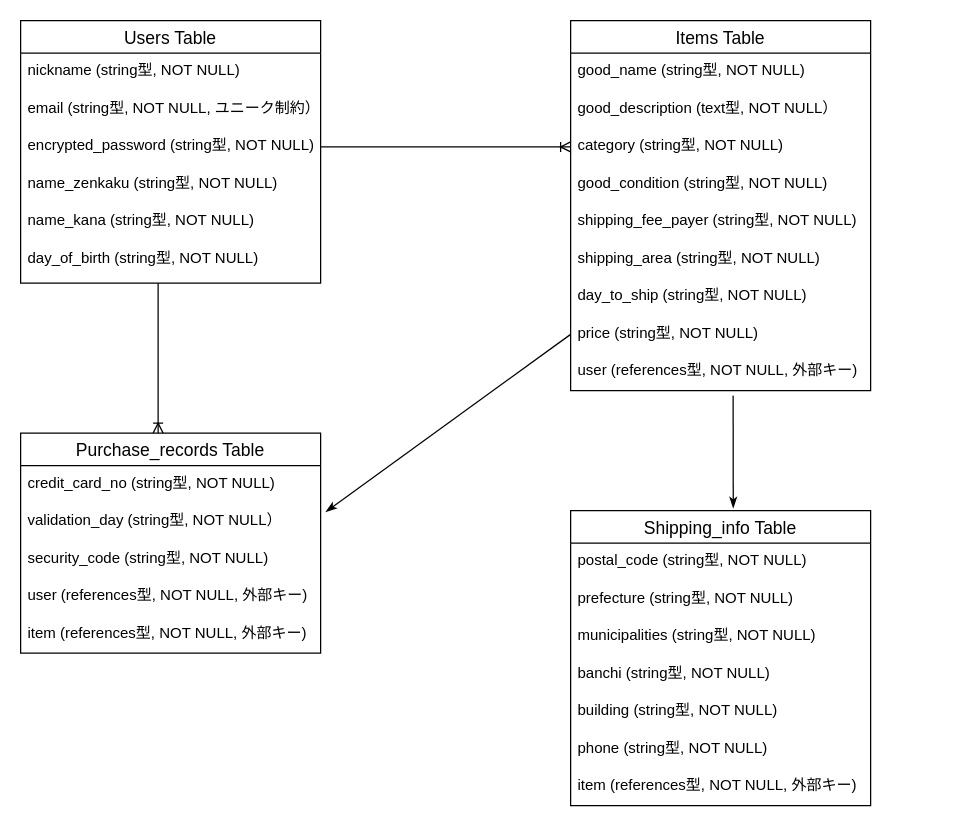
The draw.io diagram furima.dio in calvin8171/furima-37744, before the edit. Source tidied: cells renumbered, new cells numbered last; positions are measured from the earlier drawing's top-left corner, leaving out a move shared by most shapes. Both pictures are drawn from the tidied source at 125%, with x=0, y=0 at pixel (20, 20).
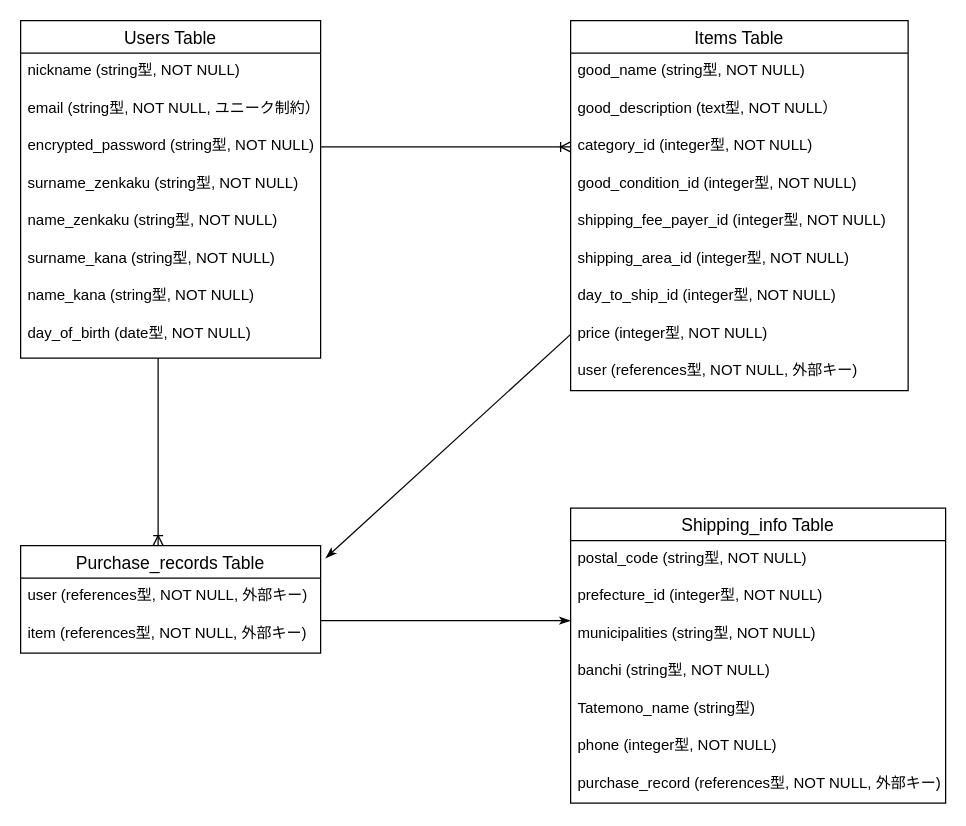
The same page after the edit.

Diff of the diagram source:
```diff
@@
     <mxCell id="2" value="Users Table" style="swimlane;fontStyle=0;horizontal=1;startSize=26;align=center;fontSize=14;" parent="1" vertex="1">
-      <mxGeometry width="240" height="210" as="geometry" />
+      <mxGeometry width="240" height="270" as="geometry" />
     </mxCell>
@@
+    <mxCell id="37" value="surname_zenkaku (string型, NOT NULL)&#10;" style="text;strokeColor=none;fillColor=none;spacingLeft=4;spacingRight=4;overflow=hidden;fontSize=12;" parent="2" vertex="1">
+      <mxGeometry y="116" width="240" height="30" as="geometry" />
+    </mxCell>
     <mxCell id="6" value="name_zenkaku (string型, NOT NULL)&#10;" style="text;strokeColor=none;fillColor=none;spacingLeft=4;spacingRight=4;overflow=hidden;fontSize=12;" parent="2" vertex="1">
-      <mxGeometry y="116" width="240" height="30" as="geometry" />
+      <mxGeometry y="146" width="240" height="30" as="geometry" />
     </mxCell>
+    <mxCell id="38" value="surname_kana (string型, NOT NULL)&#10;" style="text;strokeColor=none;fillColor=none;spacingLeft=4;spacingRight=4;overflow=hidden;fontSize=12;" parent="2" vertex="1">
+      <mxGeometry y="176" width="240" height="30" as="geometry" />
+    </mxCell>
     <mxCell id="7" value="name_kana (string型, NOT NULL)&#10;" style="text;strokeColor=none;fillColor=none;spacingLeft=4;spacingRight=4;overflow=hidden;fontSize=12;" parent="2" vertex="1">
-      <mxGeometry y="146" width="240" height="30" as="geometry" />
+      <mxGeometry y="206" width="240" height="30" as="geometry" />
     </mxCell>
-    <mxCell id="8" value="day_of_birth (string型, NOT NULL)" style="text;strokeColor=none;fillColor=none;spacingLeft=4;spacingRight=4;overflow=hidden;fontSize=12;" parent="2" vertex="1">
-      <mxGeometry y="176" width="240" height="34" as="geometry" />
+    <mxCell id="8" value="day_of_birth (date型, NOT NULL)" style="text;strokeColor=none;fillColor=none;spacingLeft=4;spacingRight=4;overflow=hidden;fontSize=12;" parent="2" vertex="1">
+      <mxGeometry y="236" width="240" height="34" as="geometry" />
     </mxCell>
@@
     <mxCell id="10" value="Purchase_records Table" style="swimlane;fontStyle=0;horizontal=1;startSize=26;align=center;fontSize=14;" parent="1" vertex="1">
-      <mxGeometry y="330" width="240" height="176" as="geometry" />
+      <mxGeometry y="420" width="240" height="86" as="geometry" />
     </mxCell>
-    <mxCell id="11" value="credit_card_no (string型, NOT NULL)&#10;" style="text;strokeColor=none;fillColor=none;spacingLeft=4;spacingRight=4;overflow=hidden;fontSize=12;" parent="10" vertex="1">
-      <mxGeometry y="26" width="240" height="30" as="geometry" />
-    </mxCell>
-    <mxCell id="12" value="validation_day (string型, NOT NULL）" style="text;strokeColor=none;fillColor=none;spacingLeft=4;spacingRight=4;overflow=hidden;points=[[0,0.5],[1,0.5]];portConstraint=eastwest;fontSize=12;strokeWidth=0;" parent="10" vertex="1">
-      <mxGeometry y="56" width="240" height="30" as="geometry" />
-    </mxCell>
-    <mxCell id="13" value="security_code (string型, NOT NULL)" style="text;strokeColor=none;fillColor=none;spacingLeft=4;spacingRight=4;overflow=hidden;fontSize=12;" parent="10" vertex="1">
-      <mxGeometry y="86" width="240" height="30" as="geometry" />
-    </mxCell>
     <mxCell id="14" value="user (references型, NOT NULL, 外部キー)" style="text;strokeColor=none;fillColor=none;spacingLeft=4;spacingRight=4;overflow=hidden;fontSize=12;" parent="10" vertex="1">
-      <mxGeometry y="116" width="240" height="30" as="geometry" />
+      <mxGeometry y="26" width="240" height="30" as="geometry" />
     </mxCell>
     <mxCell id="15" value="item (references型, NOT NULL, 外部キー)" style="text;strokeColor=none;fillColor=none;spacingLeft=4;spacingRight=4;overflow=hidden;fontSize=12;" parent="10" vertex="1">
-      <mxGeometry y="146" width="240" height="30" as="geometry" />
+      <mxGeometry y="56" width="240" height="30" as="geometry" />
     </mxCell>
     <mxCell id="16" value="Items Table" style="swimlane;fontStyle=0;horizontal=1;startSize=26;align=center;fontSize=14;" parent="1" vertex="1">
-      <mxGeometry x="440" width="240" height="296" as="geometry" />
+      <mxGeometry x="440" width="270" height="296" as="geometry" />
     </mxCell>
     <mxCell id="17" value="good_name (string型, NOT NULL)&#10;" style="text;strokeColor=none;fillColor=none;spacingLeft=4;spacingRight=4;overflow=hidden;fontSize=12;" parent="16" vertex="1">
-      <mxGeometry y="26" width="240" height="30" as="geometry" />
+      <mxGeometry y="26" width="270" height="30" as="geometry" />
     </mxCell>
     <mxCell id="18" value="good_description (text型, NOT NULL）" style="text;strokeColor=none;fillColor=none;spacingLeft=4;spacingRight=4;overflow=hidden;fontSize=12;strokeWidth=0;" parent="16" vertex="1">
-      <mxGeometry y="56" width="240" height="30" as="geometry" />
+      <mxGeometry y="56" width="270" height="30" as="geometry" />
     </mxCell>
-    <mxCell id="19" value="category (string型, NOT NULL)" style="text;strokeColor=none;fillColor=none;spacingLeft=4;spacingRight=4;overflow=hidden;fontSize=12;" parent="16" vertex="1">
-      <mxGeometry y="86" width="240" height="30" as="geometry" />
+    <mxCell id="19" value="category_id (integer型, NOT NULL)" style="text;strokeColor=none;fillColor=none;spacingLeft=4;spacingRight=4;overflow=hidden;fontSize=12;" parent="16" vertex="1">
+      <mxGeometry y="86" width="270" height="30" as="geometry" />
     </mxCell>
-    <mxCell id="20" value="good_condition (string型, NOT NULL)&#10;" style="text;strokeColor=none;fillColor=none;spacingLeft=4;spacingRight=4;overflow=hidden;fontSize=12;" parent="16" vertex="1">
-      <mxGeometry y="116" width="240" height="30" as="geometry" />
+    <mxCell id="20" value="good_condition_id (integer型, NOT NULL)&#10;" style="text;strokeColor=none;fillColor=none;spacingLeft=4;spacingRight=4;overflow=hidden;fontSize=12;" parent="16" vertex="1">
+      <mxGeometry y="116" width="270" height="30" as="geometry" />
     </mxCell>
-    <mxCell id="21" value="shipping_fee_payer (string型, NOT NULL)&#10;" style="text;strokeColor=none;fillColor=none;spacingLeft=4;spacingRight=4;overflow=hidden;fontSize=12;" parent="16" vertex="1">
-      <mxGeometry y="146" width="240" height="30" as="geometry" />
+    <mxCell id="21" value="shipping_fee_payer_id (integer型, NOT NULL)&#10;" style="text;strokeColor=none;fillColor=none;spacingLeft=4;spacingRight=4;overflow=hidden;fontSize=12;" parent="16" vertex="1">
+      <mxGeometry y="146" width="270" height="30" as="geometry" />
     </mxCell>
-    <mxCell id="22" value="shipping_area (string型, NOT NULL)" style="text;strokeColor=none;fillColor=none;spacingLeft=4;spacingRight=4;overflow=hidden;fontSize=12;" parent="16" vertex="1">
-      <mxGeometry y="176" width="240" height="30" as="geometry" />
+    <mxCell id="22" value="shipping_area_id (integer型, NOT NULL)" style="text;strokeColor=none;fillColor=none;spacingLeft=4;spacingRight=4;overflow=hidden;fontSize=12;" parent="16" vertex="1">
+      <mxGeometry y="176" width="270" height="30" as="geometry" />
     </mxCell>
-    <mxCell id="23" value="day_to_ship (string型, NOT NULL)" style="text;strokeColor=none;fillColor=none;spacingLeft=4;spacingRight=4;overflow=hidden;fontSize=12;" parent="16" vertex="1">
-      <mxGeometry y="206" width="240" height="30" as="geometry" />
+    <mxCell id="23" value="day_to_ship_id (integer型, NOT NULL)" style="text;strokeColor=none;fillColor=none;spacingLeft=4;spacingRight=4;overflow=hidden;fontSize=12;" parent="16" vertex="1">
+      <mxGeometry y="206" width="270" height="30" as="geometry" />
     </mxCell>
-    <mxCell id="24" value="price (string型, NOT NULL)" style="text;strokeColor=none;fillColor=none;spacingLeft=4;spacingRight=4;overflow=hidden;points=[[0,0.5],[1,0.5]];portConstraint=eastwest;fontSize=12;" parent="16" vertex="1">
-      <mxGeometry y="236" width="240" height="30" as="geometry" />
+    <mxCell id="24" value="price (integer型, NOT NULL)" style="text;strokeColor=none;fillColor=none;spacingLeft=4;spacingRight=4;overflow=hidden;points=[[0,0.5],[1,0.5]];portConstraint=eastwest;fontSize=12;" parent="16" vertex="1">
+      <mxGeometry y="236" width="270" height="30" as="geometry" />
     </mxCell>
     <mxCell id="25" value="user (references型, NOT NULL, 外部キー)" style="text;strokeColor=none;fillColor=none;spacingLeft=4;spacingRight=4;overflow=hidden;fontSize=12;" parent="16" vertex="1">
-      <mxGeometry y="266" width="240" height="30" as="geometry" />
+      <mxGeometry y="266" width="270" height="30" as="geometry" />
     </mxCell>
     <mxCell id="26" style="html=1;endArrow=ERoneToMany;endFill=0;" parent="1" edge="1">
       <mxGeometry relative="1" as="geometry">
-        <mxPoint x="110" y="210" as="sourcePoint" />
-        <mxPoint x="110" y="330" as="targetPoint" />
+        <mxPoint x="110" y="270" as="sourcePoint" />
+        <mxPoint x="110" y="420" as="targetPoint" />
       </mxGeometry>
     </mxCell>
-    <mxCell id="27" style="html=1;endArrow=classicThin;endFill=1;exitX=0;exitY=0.5;exitDx=0;exitDy=0;entryX=1.017;entryY=0.233;entryDx=0;entryDy=0;entryPerimeter=0;" parent="1" edge="1" source="24" target="12">
-      <mxGeometry relative="1" as="geometry" />
+    <mxCell id="27" style="html=1;endArrow=classicThin;endFill=1;exitX=0;exitY=0.5;exitDx=0;exitDy=0;" parent="1" edge="1" source="24">
+      <mxGeometry relative="1" as="geometry">
+        <mxPoint x="244" y="430" as="targetPoint" />
+      </mxGeometry>
     </mxCell>
-    <mxCell id="28" style="html=1;endArrow=classicThin;endFill=1;entryX=0.542;entryY=0;entryDx=0;entryDy=0;entryPerimeter=0;" parent="1" edge="1">
-      <mxGeometry relative="1" as="geometry">
-        <mxPoint x="570" y="300" as="sourcePoint" />
-        <mxPoint x="570.1" y="390" as="targetPoint" />
-      </mxGeometry>
-    </mxCell>
     <mxCell id="29" value="Shipping_info Table" style="swimlane;fontStyle=0;horizontal=1;startSize=26;align=center;fontSize=14;" parent="1" vertex="1">
-      <mxGeometry x="440" y="392" width="240" height="236" as="geometry" />
+      <mxGeometry x="440" y="390" width="300" height="236" as="geometry" />
     </mxCell>
     <mxCell id="30" value="postal_code (string型, NOT NULL)&#10;" style="text;strokeColor=none;fillColor=none;spacingLeft=4;spacingRight=4;overflow=hidden;fontSize=12;" parent="29" vertex="1">
-      <mxGeometry y="26" width="240" height="30" as="geometry" />
+      <mxGeometry y="26" width="300" height="30" as="geometry" />
     </mxCell>
-    <mxCell id="31" value="prefecture (string型, NOT NULL)&#10;" style="text;strokeColor=none;fillColor=none;spacingLeft=4;spacingRight=4;overflow=hidden;fontSize=12;" parent="29" vertex="1">
-      <mxGeometry y="56" width="240" height="30" as="geometry" />
+    <mxCell id="31" value="prefecture_id (integer型, NOT NULL)&#10;" style="text;strokeColor=none;fillColor=none;spacingLeft=4;spacingRight=4;overflow=hidden;fontSize=12;" parent="29" vertex="1">
+      <mxGeometry y="56" width="300" height="30" as="geometry" />
     </mxCell>
     <mxCell id="32" value="municipalities (string型, NOT NULL)" style="text;strokeColor=none;fillColor=none;spacingLeft=4;spacingRight=4;overflow=hidden;fontSize=12;" parent="29" vertex="1">
-      <mxGeometry y="86" width="240" height="30" as="geometry" />
+      <mxGeometry y="86" width="300" height="30" as="geometry" />
     </mxCell>
     <mxCell id="33" value="banchi (string型, NOT NULL)" style="text;strokeColor=none;fillColor=none;spacingLeft=4;spacingRight=4;overflow=hidden;fontSize=12;" parent="29" vertex="1">
-      <mxGeometry y="116" width="240" height="30" as="geometry" />
+      <mxGeometry y="116" width="300" height="30" as="geometry" />
     </mxCell>
-    <mxCell id="34" value="building (string型, NOT NULL)" style="text;strokeColor=none;fillColor=none;spacingLeft=4;spacingRight=4;overflow=hidden;fontSize=12;" parent="29" vertex="1">
-      <mxGeometry y="146" width="240" height="30" as="geometry" />
+    <mxCell id="34" value="Tatemono_name (string型)" style="text;strokeColor=none;fillColor=none;spacingLeft=4;spacingRight=4;overflow=hidden;fontSize=12;" parent="29" vertex="1">
+      <mxGeometry y="146" width="300" height="30" as="geometry" />
     </mxCell>
-    <mxCell id="35" value="phone (string型, NOT NULL)" style="text;strokeColor=none;fillColor=none;spacingLeft=4;spacingRight=4;overflow=hidden;fontSize=12;" parent="29" vertex="1">
-      <mxGeometry y="176" width="240" height="30" as="geometry" />
+    <mxCell id="35" value="phone (integer型, NOT NULL)" style="text;strokeColor=none;fillColor=none;spacingLeft=4;spacingRight=4;overflow=hidden;fontSize=12;" parent="29" vertex="1">
+      <mxGeometry y="176" width="300" height="30" as="geometry" />
     </mxCell>
-    <mxCell id="36" value="item (references型, NOT NULL, 外部キー)" style="text;strokeColor=none;fillColor=none;spacingLeft=4;spacingRight=4;overflow=hidden;fontSize=12;" parent="29" vertex="1">
-      <mxGeometry y="206" width="240" height="30" as="geometry" />
+    <mxCell id="36" value="purchase_record (references型, NOT NULL, 外部キー)" style="text;strokeColor=none;fillColor=none;spacingLeft=4;spacingRight=4;overflow=hidden;fontSize=12;" parent="29" vertex="1">
+      <mxGeometry y="206" width="300" height="30" as="geometry" />
     </mxCell>
+    <mxCell id="39" style="html=1;endArrow=classicThin;endFill=1;exitX=0;exitY=0.5;exitDx=0;exitDy=0;" parent="1" edge="1">
+      <mxGeometry relative="1" as="geometry">
+        <mxPoint x="240" y="480" as="sourcePoint" />
+        <mxPoint x="440" y="480" as="targetPoint" />
+      </mxGeometry>
+    </mxCell>
```
